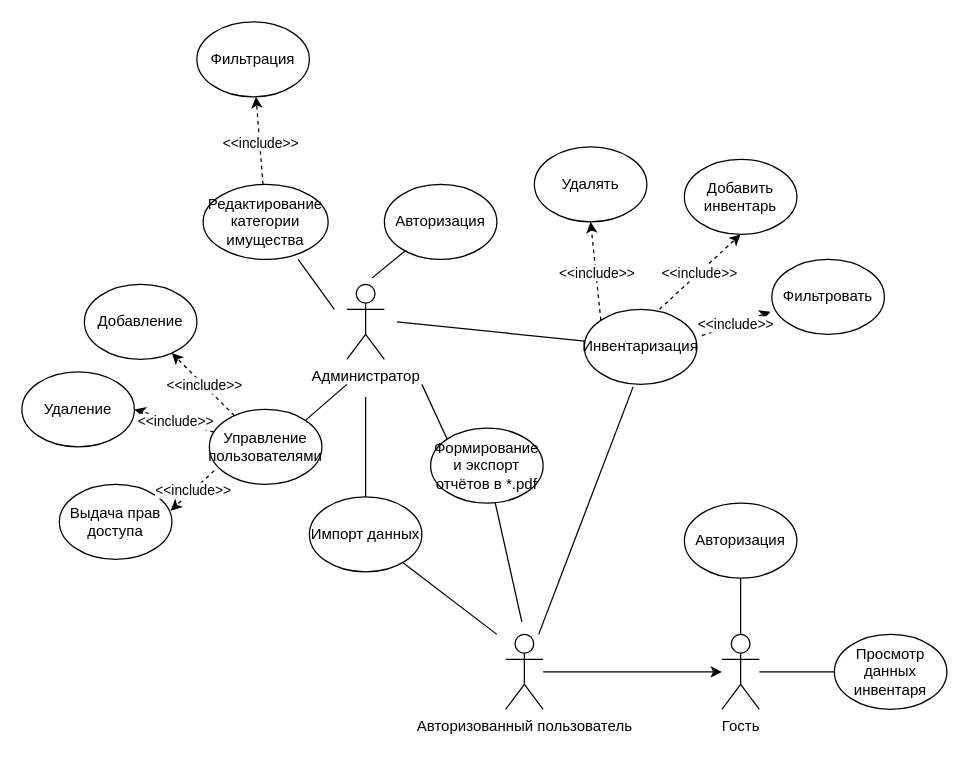
Earlier version of the draw.io diagram Диаграмма КП Луев.drawio (kenikor/CourseProject). Source tidied: cells renumbered, new cells numbered last; positions are measured from the earlier drawing's top-left corner, leaving out a move shared by most shapes. Both pictures are drawn from the tidied source at 125%, with x=0, y=0 at pixel (21, 21).
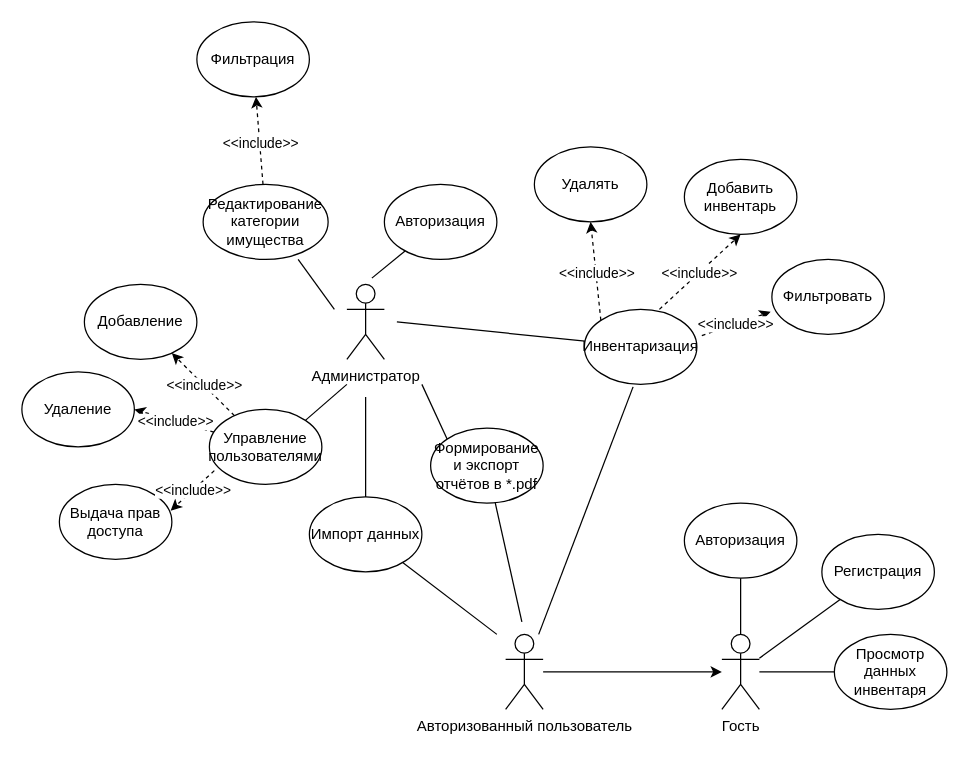
After the change.

The change refers to these unchanged cells:
```xml
<mxCell id="25" value="&lt;div&gt;Гость&lt;/div&gt;" style="shape=umlActor;verticalLabelPosition=bottom;verticalAlign=top;html=1;outlineConnect=0;" parent="1" vertex="1">
  <mxGeometry x="560" y="490" width="30" height="60" as="geometry" />
</mxCell>
```

The edit, as a diff of the source:
```diff
@@
+    <mxCell id="46" value="Регистрация" style="ellipse;whiteSpace=wrap;html=1;" parent="1" vertex="1">
+      <mxGeometry x="640" y="410" width="90" height="60" as="geometry" />
+    </mxCell>
+    <mxCell id="47" style="endArrow=none;html=1;rounded=0;" parent="1" edge="1" source="25" target="46">
+      <mxGeometry relative="1" as="geometry" />
+    </mxCell>
```
